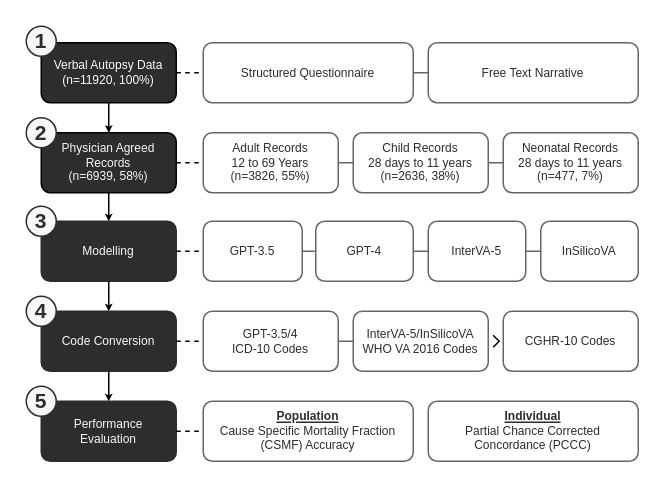
Before: src/figures/fig-methods-brief.drawio in cghr-toronto/wen-et-al-2025-cava, a draw.io diagram. Source tidied: cells renumbered, new cells numbered last; positions are measured from the earlier drawing's top-left corner, leaving out a move shared by most shapes. Both pictures are drawn from the tidied source at 150%, with x=0, y=0 at pixel (26, 26).
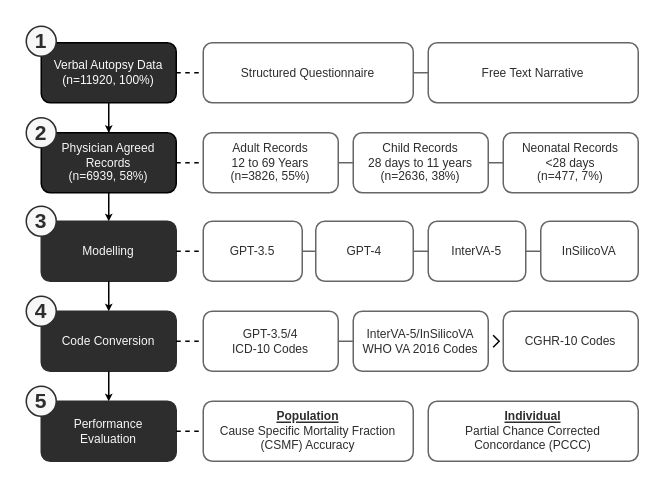
The same page after the edit.

The edit, as a diff of the source:
```diff
@@
-    <mxCell id="19" value="&lt;div&gt;Neonatal Records&lt;/div&gt;&lt;div&gt;28 days to 11 years&lt;/div&gt;&lt;div&gt;(n=477, 7%)&lt;/div&gt;" style="rounded=1;whiteSpace=wrap;html=1;fontFamily=Arial;fontSize=8;fontStyle=0;fontColor=#2D2D2D;strokeColor=#666666;" parent="1" vertex="1">
+    <mxCell id="19" value="&lt;div&gt;Neonatal Records&lt;/div&gt;&lt;div&gt;&amp;lt;28 days&lt;/div&gt;&lt;div&gt;(n=477, 7%)&lt;/div&gt;" style="rounded=1;whiteSpace=wrap;html=1;fontFamily=Arial;fontSize=8;fontStyle=0;fontColor=#2D2D2D;strokeColor=#666666;" parent="1" vertex="1">
       <mxGeometry x="318" y="71" width="90" height="40" as="geometry" />
     </mxCell>
```
